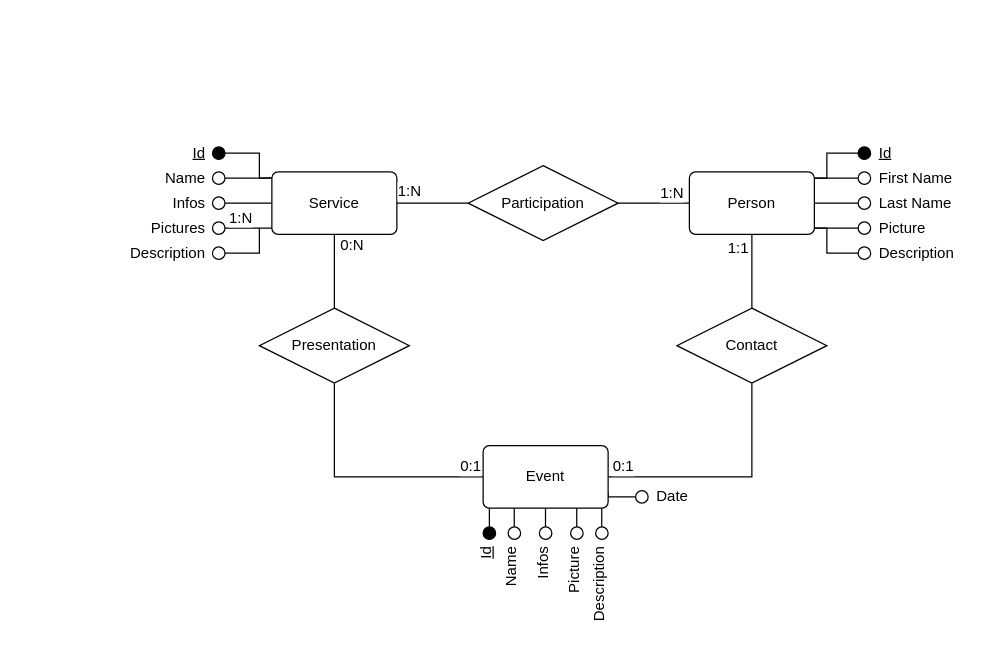
Before: DesignDocument/diagrams/ER.drawio in Alenichel/CodiglioniDellOglioNichelini-HypermediaProject, a draw.io diagram. Source tidied: cells renumbered, new cells numbered last; positions are measured from the earlier drawing's top-left corner, leaving out a move shared by most shapes. Both pictures are drawn from the tidied source at 125%, with x=0, y=0 at pixel (21, 140).
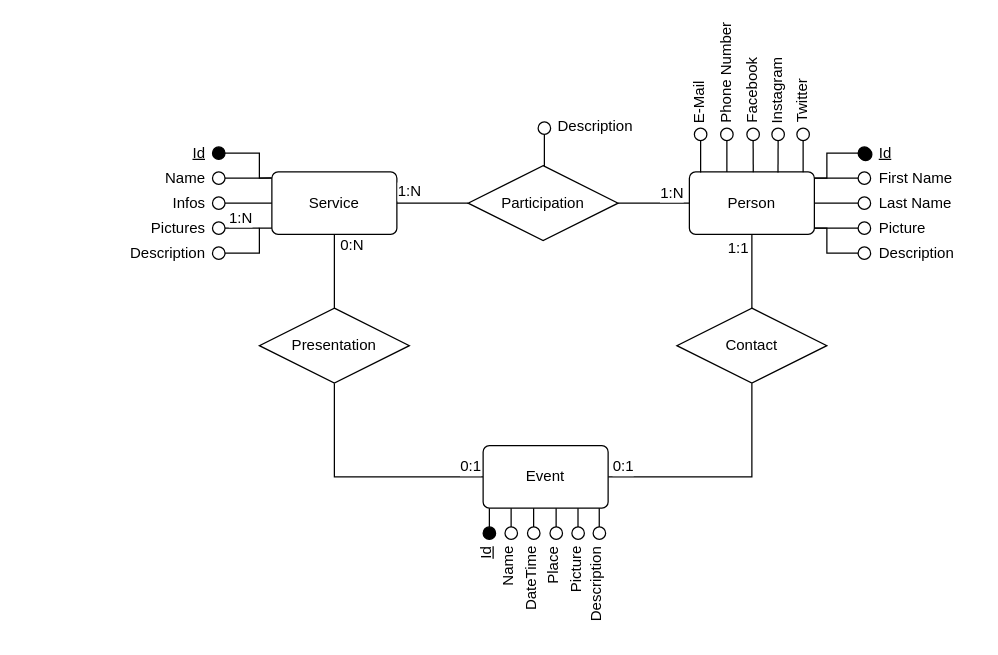
The same page after the edit.

Unchanged cells that the change refers to:
```xml
<mxCell id="5" value="Person" style="rounded=1;arcSize=10;whiteSpace=wrap;html=1;align=center;" parent="4" vertex="1">
  <mxGeometry y="25" width="100" height="50" as="geometry" />
</mxCell>
<mxCell id="64" value="Participation" style="shape=rhombus;perimeter=rhombusPerimeter;whiteSpace=wrap;html=1;align=center;" parent="1" vertex="1">
  <mxGeometry x="357" y="20" width="120" height="60" as="geometry" />
</mxCell>
<mxCell id="81" value="Event" style="rounded=1;arcSize=10;whiteSpace=wrap;html=1;align=center;" parent="1" vertex="1">
  <mxGeometry x="369" y="244" width="100" height="50" as="geometry" />
</mxCell>
```

Diff of the diagram source:
```diff
@@
+    <mxCell id="94" style="edgeStyle=orthogonalEdgeStyle;rounded=0;jettySize=auto;html=1;exitX=0.5;exitY=0;exitDx=0;exitDy=0;entryX=0.5;entryY=1;entryDx=0;entryDy=0;endArrow=none;endFill=0;" parent="1" edge="1" source="64" target="96">
+      <mxGeometry relative="1" as="geometry" />
+    </mxCell>
@@
     <mxCell id="66" value="Name" style="text;html=1;align=right;verticalAlign=middle;rotation=270;" parent="1" vertex="1">
-      <mxGeometry x="367" y="339" width="50" height="20" as="geometry" />
+      <mxGeometry x="364.5" y="339" width="50" height="20" as="geometry" />
     </mxCell>
-    <mxCell id="67" value="Infos" style="text;html=1;align=right;verticalAlign=middle;rotation=270;" parent="1" vertex="1">
-      <mxGeometry x="398" y="334" width="37" height="18" as="geometry" />
+    <mxCell id="67" value="DateTime" style="text;html=1;align=right;verticalAlign=middle;rotation=270;" parent="1" vertex="1">
+      <mxGeometry x="376" y="346" width="63" height="19" as="geometry" />
     </mxCell>
-    <mxCell id="68" value="Picture" style="text;html=1;align=right;verticalAlign=middle;rotation=270;" parent="1" vertex="1">
-      <mxGeometry x="418" y="339" width="47" height="18" as="geometry" />
+    <mxCell id="68" value="Place" style="text;html=1;align=right;verticalAlign=middle;rotation=270;" parent="1" vertex="1">
+      <mxGeometry x="404.5" y="335" width="41" height="19" as="geometry" />
     </mxCell>
-    <mxCell id="69" value="Description" style="text;html=1;align=right;verticalAlign=middle;rotation=270;" parent="1" vertex="1">
-      <mxGeometry x="427" y="350" width="70" height="18" as="geometry" />
+    <mxCell id="69" value="Picture" style="text;html=1;align=right;verticalAlign=middle;rotation=270;" parent="1" vertex="1">
+      <mxGeometry x="419" y="338" width="48" height="19" as="geometry" />
     </mxCell>
@@
-    <mxCell id="80" style="edgeStyle=orthogonalEdgeStyle;rounded=0;jettySize=auto;html=1;exitX=1;exitY=0.75;exitDx=0;exitDy=0;entryX=0;entryY=0.5;entryDx=0;entryDy=0;endArrow=none;endFill=0;" parent="1" edge="1" source="81" target="92">
-      <mxGeometry relative="1" as="geometry">
-        <Array as="points">
-          <mxPoint x="469" y="285" />
-        </Array>
-      </mxGeometry>
-    </mxCell>
@@
     <mxCell id="83" style="ellipse;whiteSpace=wrap;html=1;" parent="1" vertex="1">
-      <mxGeometry x="389" y="309" width="10" height="10" as="geometry" />
+      <mxGeometry x="386.5" y="309" width="10" height="10" as="geometry" />
     </mxCell>
     <mxCell id="84" style="ellipse;whiteSpace=wrap;html=1;" parent="1" vertex="1">
-      <mxGeometry x="414" y="309" width="10" height="10" as="geometry" />
+      <mxGeometry x="404.5" y="309" width="10" height="10" as="geometry" />
     </mxCell>
     <mxCell id="85" style="ellipse;whiteSpace=wrap;html=1;" parent="1" vertex="1">
-      <mxGeometry x="439" y="309" width="10" height="10" as="geometry" />
+      <mxGeometry x="422.5" y="309" width="10" height="10" as="geometry" />
     </mxCell>
     <mxCell id="86" style="ellipse;whiteSpace=wrap;html=1;" parent="1" vertex="1">
-      <mxGeometry x="459" y="309" width="10" height="10" as="geometry" />
+      <mxGeometry x="440" y="309" width="10" height="10" as="geometry" />
     </mxCell>
@@
     <mxCell id="88" style="endArrow=none;html=1;rounded=0;exitX=0.05;exitY=1.001;exitDx=0;exitDy=0;exitPerimeter=0;entryX=0.5;entryY=0;entryDx=0;entryDy=0;" parent="1" edge="1">
       <mxGeometry relative="1" as="geometry">
-        <mxPoint x="393.9" y="294" as="sourcePoint" />
-        <mxPoint x="393.9" y="309" as="targetPoint" />
+        <mxPoint x="391.4" y="294" as="sourcePoint" />
+        <mxPoint x="391.4" y="309" as="targetPoint" />
       </mxGeometry>
     </mxCell>
     <mxCell id="89" style="endArrow=none;html=1;rounded=0;exitX=0.05;exitY=1.001;exitDx=0;exitDy=0;exitPerimeter=0;entryX=0.5;entryY=0;entryDx=0;entryDy=0;" parent="1" edge="1">
       <mxGeometry relative="1" as="geometry">
-        <mxPoint x="418.9" y="294" as="sourcePoint" />
-        <mxPoint x="418.9" y="309" as="targetPoint" />
+        <mxPoint x="409.4" y="294" as="sourcePoint" />
+        <mxPoint x="409.4" y="309" as="targetPoint" />
       </mxGeometry>
     </mxCell>
     <mxCell id="90" style="endArrow=none;html=1;rounded=0;exitX=0.05;exitY=1.001;exitDx=0;exitDy=0;exitPerimeter=0;entryX=0.5;entryY=0;entryDx=0;entryDy=0;" parent="1" edge="1">
       <mxGeometry relative="1" as="geometry">
-        <mxPoint x="443.9" y="294" as="sourcePoint" />
-        <mxPoint x="443.9" y="309" as="targetPoint" />
+        <mxPoint x="427.4" y="294" as="sourcePoint" />
+        <mxPoint x="427.4" y="309" as="targetPoint" />
       </mxGeometry>
     </mxCell>
     <mxCell id="91" style="endArrow=none;html=1;rounded=0;exitX=0.05;exitY=1.001;exitDx=0;exitDy=0;exitPerimeter=0;entryX=0.5;entryY=0;entryDx=0;entryDy=0;" parent="1" edge="1">
       <mxGeometry relative="1" as="geometry">
-        <mxPoint x="463.9" y="294" as="sourcePoint" />
-        <mxPoint x="463.9" y="309" as="targetPoint" />
+        <mxPoint x="444.9" y="294" as="sourcePoint" />
+        <mxPoint x="444.9" y="309" as="targetPoint" />
       </mxGeometry>
     </mxCell>
-    <mxCell id="92" style="ellipse;whiteSpace=wrap;html=1;" parent="1" vertex="1">
-      <mxGeometry x="491" y="280" width="10" height="10" as="geometry" />
-    </mxCell>
-    <mxCell id="93" value="Date" style="text;html=1;align=left;verticalAlign=middle;" parent="1" vertex="1">
-      <mxGeometry x="506" y="276" width="36" height="18" as="geometry" />
-    </mxCell>
+    <mxCell id="95" style="group;" parent="1" vertex="1">
+      <mxGeometry x="413" y="-20" width="86" height="20" as="geometry" />
+    </mxCell>
+    <mxCell id="96" style="ellipse;whiteSpace=wrap;html=1;" parent="95" vertex="1">
+      <mxGeometry y="5" width="10" height="10" as="geometry" />
+    </mxCell>
+    <mxCell id="97" value="Description" style="text;html=1;align=left;verticalAlign=middle;" parent="95" vertex="1">
+      <mxGeometry x="14" y="-1" width="71" height="19" as="geometry" />
+    </mxCell>
+    <mxCell id="98" value="Description" style="text;html=1;align=right;verticalAlign=middle;rotation=270;" parent="1" vertex="1">
+      <mxGeometry x="425" y="350" width="70" height="18" as="geometry" />
+    </mxCell>
+    <mxCell id="99" style="ellipse;whiteSpace=wrap;html=1;" parent="1" vertex="1">
+      <mxGeometry x="457" y="309" width="10" height="10" as="geometry" />
+    </mxCell>
+    <mxCell id="100" style="endArrow=none;html=1;rounded=0;exitX=0.05;exitY=1.001;exitDx=0;exitDy=0;exitPerimeter=0;entryX=0.5;entryY=0;entryDx=0;entryDy=0;" parent="1" edge="1">
+      <mxGeometry relative="1" as="geometry">
+        <mxPoint x="461.9" y="294" as="sourcePoint" />
+        <mxPoint x="461.9" y="309" as="targetPoint" />
+      </mxGeometry>
+    </mxCell>
+    <mxCell id="101" style="ellipse;whiteSpace=wrap;html=1;fillColor=#000000;" parent="1" vertex="1">
+      <mxGeometry x="670" y="6" width="10" height="10" as="geometry" />
+    </mxCell>
+    <mxCell id="102" style="edgeStyle=orthogonalEdgeStyle;rounded=0;jettySize=auto;html=1;exitX=0.5;exitY=1;exitDx=0;exitDy=0;entryX=0.09;entryY=0.01;entryDx=0;entryDy=0;entryPerimeter=0;endArrow=none;endFill=0;" parent="1" edge="1" source="103" target="5">
+      <mxGeometry relative="1" as="geometry" />
+    </mxCell>
+    <mxCell id="103" style="ellipse;whiteSpace=wrap;html=1;" parent="1" vertex="1">
+      <mxGeometry x="538" y="-10" width="10" height="10" as="geometry" />
+    </mxCell>
+    <mxCell id="104" style="edgeStyle=orthogonalEdgeStyle;rounded=0;jettySize=auto;html=1;exitX=0.5;exitY=1;exitDx=0;exitDy=0;entryX=0.91;entryY=0.006;entryDx=0;entryDy=0;entryPerimeter=0;endArrow=none;endFill=0;" parent="1" edge="1" source="105" target="5">
+      <mxGeometry relative="1" as="geometry" />
+    </mxCell>
+    <mxCell id="105" style="ellipse;whiteSpace=wrap;html=1;" parent="1" vertex="1">
+      <mxGeometry x="620" y="-10" width="10" height="10" as="geometry" />
+    </mxCell>
+    <mxCell id="106" style="edgeStyle=orthogonalEdgeStyle;rounded=0;jettySize=auto;html=1;exitX=0.5;exitY=1;exitDx=0;exitDy=0;entryX=0.511;entryY=0.006;entryDx=0;entryDy=0;endArrow=none;endFill=0;entryPerimeter=0;" parent="1" edge="1" source="107" target="5">
+      <mxGeometry relative="1" as="geometry" />
+    </mxCell>
+    <mxCell id="107" style="ellipse;whiteSpace=wrap;html=1;" parent="1" vertex="1">
+      <mxGeometry x="580" y="-10" width="10" height="10" as="geometry" />
+    </mxCell>
+    <mxCell id="108" style="edgeStyle=orthogonalEdgeStyle;rounded=0;jettySize=auto;html=1;exitX=0.5;exitY=1;exitDx=0;exitDy=0;entryX=0.3;entryY=0;entryDx=0;entryDy=0;entryPerimeter=0;endArrow=none;endFill=0;" parent="1" edge="1" source="109" target="5">
+      <mxGeometry relative="1" as="geometry" />
+    </mxCell>
+    <mxCell id="109" style="ellipse;whiteSpace=wrap;html=1;" parent="1" vertex="1">
+      <mxGeometry x="559" y="-10" width="10" height="10" as="geometry" />
+    </mxCell>
+    <mxCell id="110" style="edgeStyle=orthogonalEdgeStyle;rounded=0;jettySize=auto;html=1;exitX=0.5;exitY=1;exitDx=0;exitDy=0;entryX=0.709;entryY=0.01;entryDx=0;entryDy=0;entryPerimeter=0;endArrow=none;endFill=0;" parent="1" edge="1" source="111" target="5">
+      <mxGeometry relative="1" as="geometry" />
+    </mxCell>
+    <mxCell id="111" style="ellipse;whiteSpace=wrap;html=1;" parent="1" vertex="1">
+      <mxGeometry x="600" y="-10" width="10" height="10" as="geometry" />
+    </mxCell>
+    <mxCell id="112" value="E-Mail" style="text;html=1;align=right;verticalAlign=middle;rotation=270;" parent="1" vertex="1">
+      <mxGeometry x="520" y="-35" width="45" height="19" as="geometry" />
+    </mxCell>
+    <mxCell id="113" value="Phone Number" style="text;html=1;align=right;verticalAlign=middle;rotation=270;" parent="1" vertex="1">
+      <mxGeometry x="517" y="-59" width="92" height="19" as="geometry" />
+    </mxCell>
+    <mxCell id="114" value="Facebook" style="text;html=1;align=right;verticalAlign=middle;rotation=270;" parent="1" vertex="1">
+      <mxGeometry x="552" y="-45" width="64" height="19" as="geometry" />
+    </mxCell>
+    <mxCell id="115" value="Instagram" style="text;html=1;align=right;verticalAlign=middle;rotation=270;" parent="1" vertex="1">
+      <mxGeometry x="572" y="-45" width="64" height="19" as="geometry" />
+    </mxCell>
+    <mxCell id="116" value="Twitter" style="text;html=1;align=right;verticalAlign=middle;rotation=270;" parent="1" vertex="1">
+      <mxGeometry x="601" y="-37" width="46" height="19" as="geometry" />
+    </mxCell>
```
